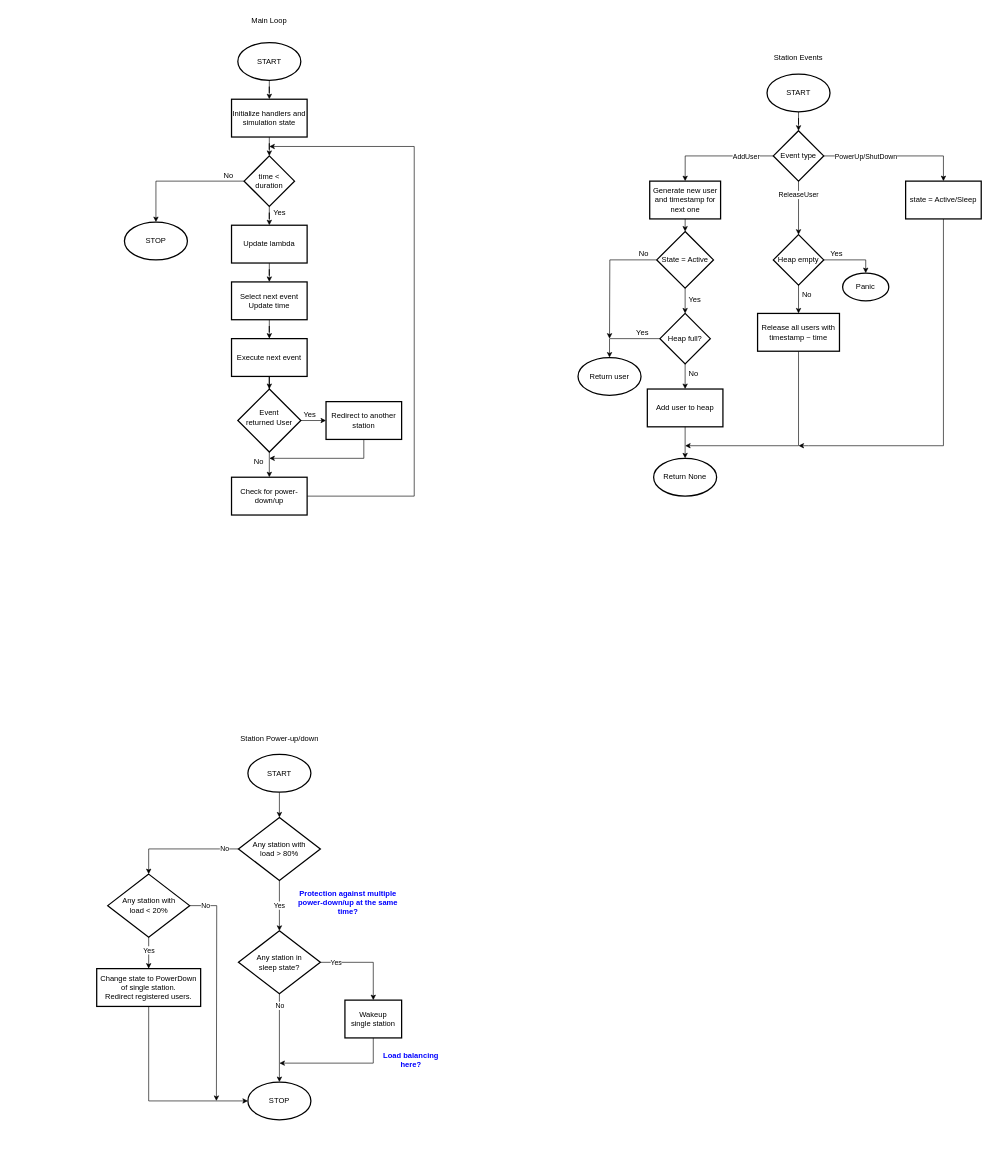
jakubkruszyk/cassidy keeps this draw.io diagram as docs/loop_diagram.drawio. Above is the earlier version. Source tidied: cells renumbered, new cells numbered last; positions are measured from the earlier drawing's top-left corner, leaving out a move shared by most shapes. Both pictures are drawn from the tidied source at 63%, with x=0, y=0 at pixel (96, 11).
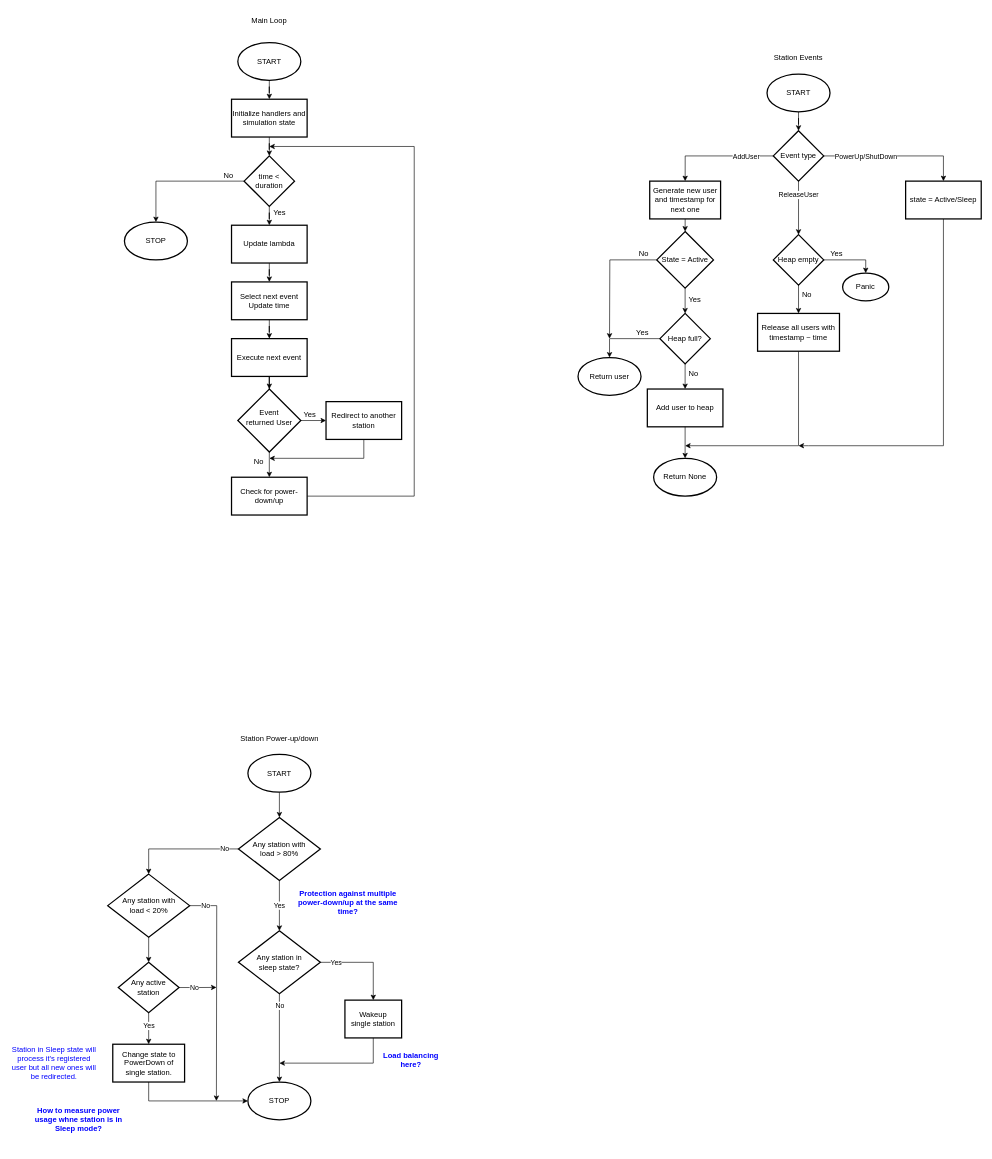
Above is the later version.

The change refers to these unchanged cells:
```xml
<mxCell id="83" value="Any station with&lt;br&gt;load &amp;lt; 20%" style="rhombus;whiteSpace=wrap;html=1;strokeWidth=2;" parent="1" vertex="1">
  <mxGeometry x="17.5" y="1370" width="130" height="100" as="geometry" />
</mxCell>
```

Diff of the diagram source:
```diff
@@
-    <mxCell id="79" style="edgeStyle=orthogonalEdgeStyle;rounded=0;jettySize=auto;html=1;" parent="1" edge="1" source="83" target="84">
-      <mxGeometry relative="1" as="geometry" />
-    </mxCell>
-    <mxCell id="80" value="Yes" style="edgeLabel;html=1;align=center;verticalAlign=middle;" parent="79" vertex="1">
-      <mxGeometry x="-0.19" relative="1" as="geometry" />
-    </mxCell>
@@
+    <mxCell id="88" style="edgeStyle=orthogonalEdgeStyle;rounded=0;jettySize=auto;html=1;exitX=0.5;exitY=1;exitDx=0;exitDy=0;entryX=0.5;entryY=0;entryDx=0;entryDy=0;" parent="1" edge="1" source="83" target="93">
+      <mxGeometry relative="1" as="geometry" />
+    </mxCell>
@@
-    <mxCell id="84" value="Change state to PowerDown of single station.&lt;br&gt;Redirect registered users." style="whiteSpace=wrap;html=1;strokeWidth=2;" parent="1" vertex="1">
-      <mxGeometry y="1520" width="165" height="60" as="geometry" />
+    <mxCell id="84" value="Change state to PowerDown of single station." style="whiteSpace=wrap;html=1;strokeWidth=2;" parent="1" vertex="1">
+      <mxGeometry x="25.5" y="1640" width="114" height="60" as="geometry" />
     </mxCell>
@@
+    <mxCell id="89" value="Station in Sleep state will process it's registered user but all new ones will be redirected." style="text;html=1;strokeColor=none;fillColor=none;align=center;verticalAlign=middle;whiteSpace=wrap;rounded=0;fontColor=#0000FF;fontStyle=0;" parent="1" vertex="1">
+      <mxGeometry x="-136" y="1625" width="136.5" height="90" as="geometry" />
+    </mxCell>
+    <mxCell id="90" style="edgeStyle=orthogonalEdgeStyle;rounded=0;jettySize=auto;html=1;exitX=0.5;exitY=1;exitDx=0;exitDy=0;entryX=0.5;entryY=0;entryDx=0;entryDy=0;" parent="1" edge="1" source="93" target="84">
+      <mxGeometry relative="1" as="geometry" />
+    </mxCell>
+    <mxCell id="80" value="Yes" style="edgeLabel;html=1;align=center;verticalAlign=middle;" parent="90" vertex="1">
+      <mxGeometry x="-0.58" relative="1" as="geometry">
+        <mxPoint y="10" as="offset" />
+      </mxGeometry>
+    </mxCell>
+    <mxCell id="91" style="edgeStyle=orthogonalEdgeStyle;rounded=0;jettySize=auto;html=1;exitX=1;exitY=0.5;exitDx=0;exitDy=0;" parent="1" edge="1" source="93">
+      <mxGeometry relative="1" as="geometry">
+        <mxPoint x="190.1" y="1549.8" as="targetPoint" />
+      </mxGeometry>
+    </mxCell>
+    <mxCell id="92" value="No" style="edgeLabel;html=1;align=center;verticalAlign=middle;" parent="91" vertex="1">
+      <mxGeometry x="-0.21" y="1" relative="1" as="geometry" />
+    </mxCell>
+    <mxCell id="93" value="Any active&lt;div&gt;station&lt;/div&gt;" style="rhombus;whiteSpace=wrap;html=1;strokeWidth=2;" parent="1" vertex="1">
+      <mxGeometry x="34.2" y="1510" width="96.5" height="80" as="geometry" />
+    </mxCell>
+    <mxCell id="94" value="How to measure power usage whne station is in Sleep mode?" style="text;html=1;strokeColor=none;fillColor=none;align=center;verticalAlign=middle;whiteSpace=wrap;rounded=0;fontColor=#0000FF;fontStyle=1;" parent="1" vertex="1">
+      <mxGeometry x="-112.5" y="1715" width="166.5" height="90" as="geometry" />
+    </mxCell>
```
